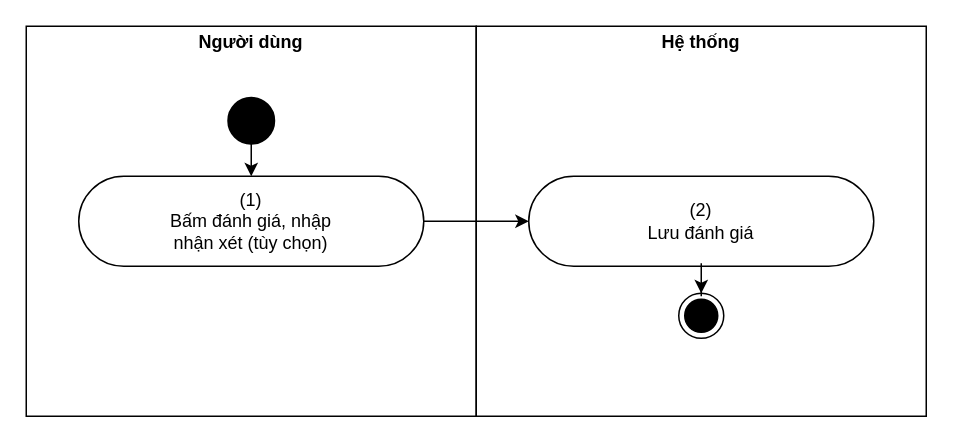
Earlier version of the draw.io diagram page "UC 33 Rate an answer" (2 of 5) of docs/02-requirements/srs/dist/diagrams/10-activity-ai.drawio (viethung12062005/smart-hospital-platform). Source tidied: cells renumbered, new cells numbered last; positions are measured from the earlier drawing's top-left corner, leaving out a move shared by most shapes. Both pictures are drawn from the tidied source at 150%, with x=0, y=0 at pixel (26, 26).
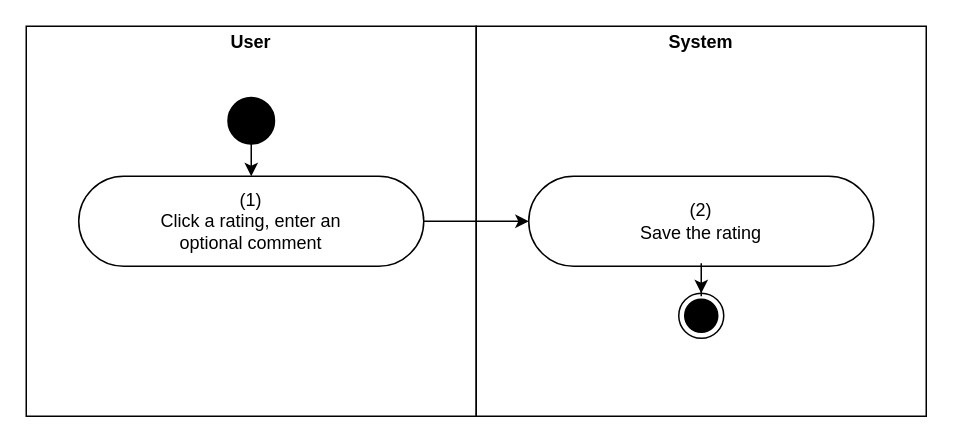
After the change.

The edit, as a diff of the source:
```diff
@@
 <mxGraphModel>
   <root>
     <mxCell id="0" />
     <mxCell id="1" parent="0" />
-    <mxCell id="2" value="&lt;p style=&quot;margin:0px;margin-top:4px;text-align:center&quot;&gt;&lt;b&gt;Người dùng&lt;/b&gt;&lt;/p&gt;" style="verticalAlign=top;align=left;overflow=fill;fontSize=12;fontFamily=Helvetica;html=1;rounded=0;shadow=0;strokeColor=#000000;gradientColor=none;whiteSpace=wrap;" parent="1" vertex="1">
+    <mxCell id="2" value="&lt;p style=&quot;margin:0px;margin-top:4px;text-align:center&quot;&gt;&lt;b&gt;User&lt;/b&gt;&lt;/p&gt;" style="verticalAlign=top;align=left;overflow=fill;fontSize=12;fontFamily=Helvetica;html=1;rounded=0;shadow=0;strokeColor=#000000;gradientColor=none;whiteSpace=wrap;" parent="1" vertex="1">
       <mxGeometry width="300" height="260" as="geometry" />
     </mxCell>
-    <mxCell id="3" value="&lt;p style=&quot;margin:0px;margin-top:4px;text-align:center&quot;&gt;&lt;b&gt;Hệ thống&lt;/b&gt;&lt;/p&gt;" style="verticalAlign=top;align=left;overflow=fill;fontSize=12;fontFamily=Helvetica;html=1;rounded=0;shadow=0;strokeColor=#000000;gradientColor=none;whiteSpace=wrap;" parent="1" vertex="1">
+    <mxCell id="3" value="&lt;p style=&quot;margin:0px;margin-top:4px;text-align:center&quot;&gt;&lt;b&gt;System&lt;/b&gt;&lt;/p&gt;" style="verticalAlign=top;align=left;overflow=fill;fontSize=12;fontFamily=Helvetica;html=1;rounded=0;shadow=0;strokeColor=#000000;gradientColor=none;whiteSpace=wrap;" parent="1" vertex="1">
       <mxGeometry x="300" width="300" height="260" as="geometry" />
     </mxCell>
-    <mxCell id="4" value="(1)&lt;br&gt;Bấm đánh giá, nhập&lt;br&gt;nhận xét (tùy chọn)" style="html=1;dashed=0;whitespace=wrap;shape=mxgraph.dfd.start;rounded=0;shadow=0;strokeColor=#000000;gradientColor=none;whiteSpace=wrap;fontSize=12;" parent="1" vertex="1">
+    <mxCell id="4" value="(1)&lt;br&gt;Click a rating, enter an&lt;br&gt;optional comment" style="html=1;dashed=0;whitespace=wrap;shape=mxgraph.dfd.start;rounded=0;shadow=0;strokeColor=#000000;gradientColor=none;whiteSpace=wrap;fontSize=12;" parent="1" vertex="1">
       <mxGeometry x="35" y="100" width="230" height="60" as="geometry" />
     </mxCell>
-    <mxCell id="5" value="(2)&lt;br&gt;Lưu đánh giá" style="html=1;dashed=0;whitespace=wrap;shape=mxgraph.dfd.start;rounded=0;shadow=0;strokeColor=#000000;gradientColor=none;whiteSpace=wrap;fontSize=12;" parent="1" vertex="1">
+    <mxCell id="5" value="(2)&lt;br&gt;Save the rating" style="html=1;dashed=0;whitespace=wrap;shape=mxgraph.dfd.start;rounded=0;shadow=0;strokeColor=#000000;gradientColor=none;whiteSpace=wrap;fontSize=12;" parent="1" vertex="1">
       <mxGeometry x="335" y="100" width="230" height="60" as="geometry" />
     </mxCell>
     <mxCell id="6" style="strokeWidth=2;html=1;shape=mxgraph.flowchart.start_2;whiteSpace=wrap;rounded=0;shadow=0;gradientColor=none;fillColor=#000000;" parent="1" vertex="1">
       <mxGeometry x="135" y="48" width="30" height="30" as="geometry" />
     </mxCell>
     <mxCell id="7" style="edgeStyle=orthogonalEdgeStyle;rounded=0;jettySize=auto;html=1;" parent="1" edge="1" source="6" target="4">
       <mxGeometry relative="1" as="geometry" />
     </mxCell>
     <mxCell id="8" style="edgeStyle=orthogonalEdgeStyle;rounded=0;jettySize=auto;html=1;" parent="1" edge="1" source="4" target="5">
       <mxGeometry relative="1" as="geometry" />
     </mxCell>
     <mxCell id="9" style="ellipse;html=1;shape=endState;fillColor=#000000;rounded=0;shadow=0;whiteSpace=wrap;" parent="1" vertex="1">
       <mxGeometry x="435" y="178" width="30" height="30" as="geometry" />
     </mxCell>
     <mxCell id="10" style="edgeStyle=orthogonalEdgeStyle;rounded=0;jettySize=auto;html=1;" parent="1" edge="1" source="5" target="9">
       <mxGeometry relative="1" as="geometry" />
     </mxCell>
   </root>
 </mxGraphModel>
```
